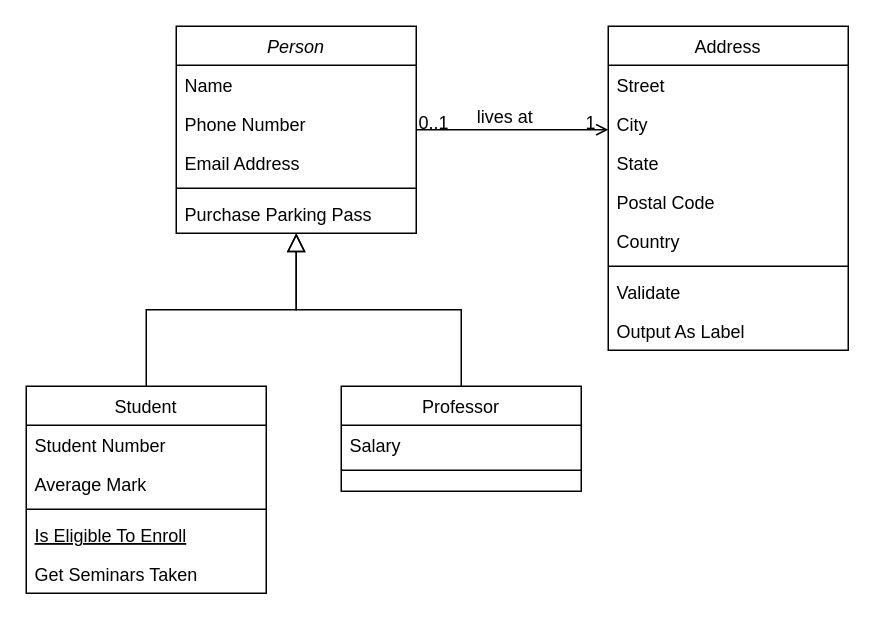
Earlier version of the draw.io diagram Диаграмма без названия.drawio (VictorKVS/Pyton). Source tidied: cells renumbered, new cells numbered last; positions are measured from the earlier drawing's top-left corner, leaving out a move shared by most shapes. Both pictures are drawn from the tidied source at 150%, with x=0, y=0 at pixel (26, 26).
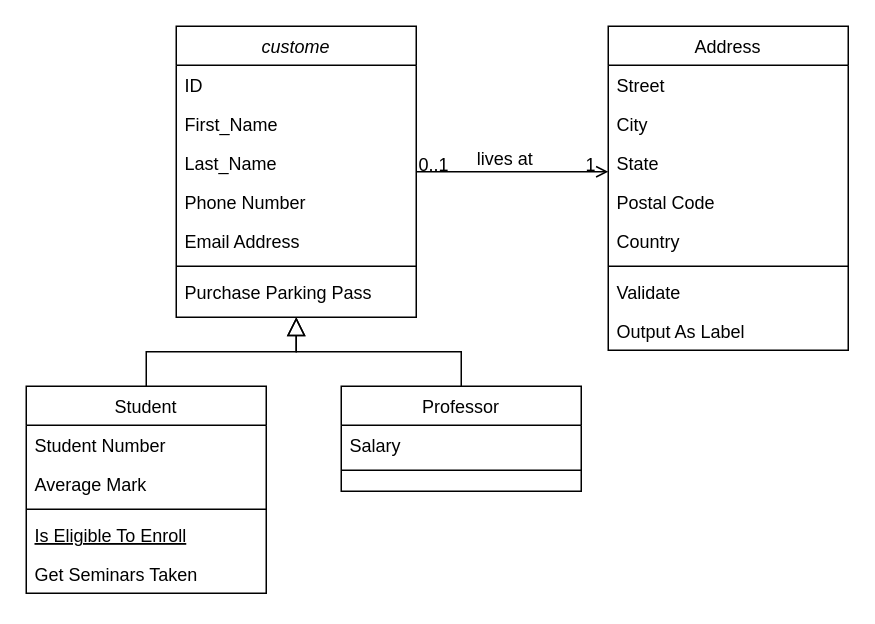
After the change.

What changed in the source:
```diff
@@
-    <mxCell id="2" value="Person" style="swimlane;fontStyle=2;align=center;verticalAlign=top;horizontal=1;startSize=26;rounded=0;shadow=0;strokeWidth=1;" parent="1" vertex="1">
-      <mxGeometry x="100" width="160" height="138" as="geometry" />
+    <mxCell id="2" value="custome" style="swimlane;fontStyle=2;align=center;verticalAlign=top;horizontal=1;startSize=26;rounded=0;shadow=0;strokeWidth=1;" parent="1" vertex="1">
+      <mxGeometry x="100" width="160" height="194" as="geometry" />
     </mxCell>
+    <mxCell id="32" value="ID" style="text;align=left;verticalAlign=top;spacingLeft=4;spacingRight=4;overflow=hidden;" parent="2" vertex="1">
+      <mxGeometry y="26" width="160" height="26" as="geometry" />
+    </mxCell>
-    <mxCell id="3" value="Name" style="text;align=left;verticalAlign=top;spacingLeft=4;spacingRight=4;overflow=hidden;" parent="2" vertex="1">
-      <mxGeometry y="26" width="160" height="26" as="geometry" />
+    <mxCell id="3" value="First_Name" style="text;align=left;verticalAlign=top;spacingLeft=4;spacingRight=4;overflow=hidden;" parent="2" vertex="1">
+      <mxGeometry y="52" width="160" height="26" as="geometry" />
     </mxCell>
+    <mxCell id="33" value="Last_Name" style="text;align=left;verticalAlign=top;spacingLeft=4;spacingRight=4;overflow=hidden;" parent="2" vertex="1">
+      <mxGeometry y="78" width="160" height="26" as="geometry" />
+    </mxCell>
     <mxCell id="4" value="Phone Number" style="text;align=left;verticalAlign=top;spacingLeft=4;spacingRight=4;overflow=hidden;rounded=0;shadow=0;html=0;" parent="2" vertex="1">
-      <mxGeometry y="52" width="160" height="26" as="geometry" />
+      <mxGeometry y="104" width="160" height="26" as="geometry" />
     </mxCell>
     <mxCell id="5" value="Email Address" style="text;align=left;verticalAlign=top;spacingLeft=4;spacingRight=4;overflow=hidden;rounded=0;shadow=0;html=0;" parent="2" vertex="1">
-      <mxGeometry y="78" width="160" height="26" as="geometry" />
+      <mxGeometry y="130" width="160" height="26" as="geometry" />
     </mxCell>
     <mxCell id="6" style="line;html=1;strokeWidth=1;align=left;verticalAlign=middle;spacingTop=-1;spacingLeft=3;spacingRight=3;labelPosition=right;" parent="2" vertex="1">
-      <mxGeometry y="104" width="160" height="8" as="geometry" />
+      <mxGeometry y="156" width="160" height="8" as="geometry" />
     </mxCell>
     <mxCell id="7" value="Purchase Parking Pass" style="text;align=left;verticalAlign=top;spacingLeft=4;spacingRight=4;overflow=hidden;" parent="2" vertex="1">
-      <mxGeometry y="112" width="160" height="26" as="geometry" />
+      <mxGeometry y="164" width="160" height="26" as="geometry" />
     </mxCell>
```
